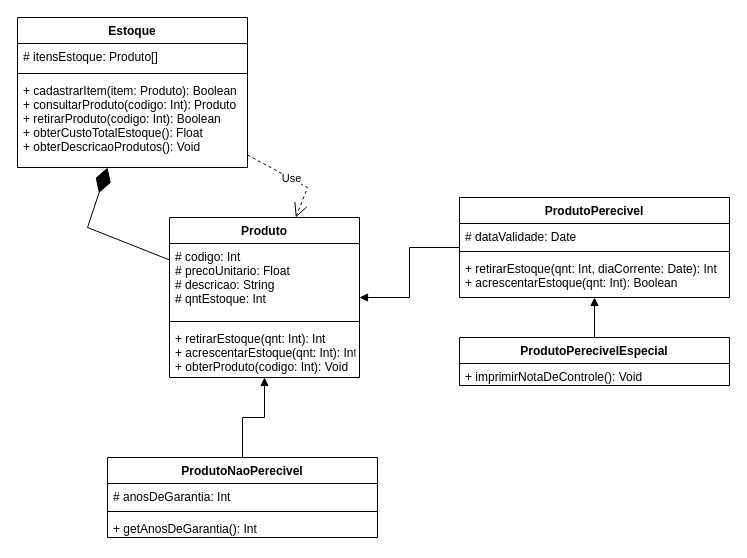
Above: Lista_2/Ex4/Ex4.drawio in Ryrden/ICMC-SCC0504 (draw.io), before the change. Source tidied: cells renumbered, new cells numbered last; positions are measured from the earlier drawing's top-left corner, leaving out a move shared by most shapes. Both pictures are drawn from the tidied source at 100%, with x=0, y=0 at pixel (17, 17).
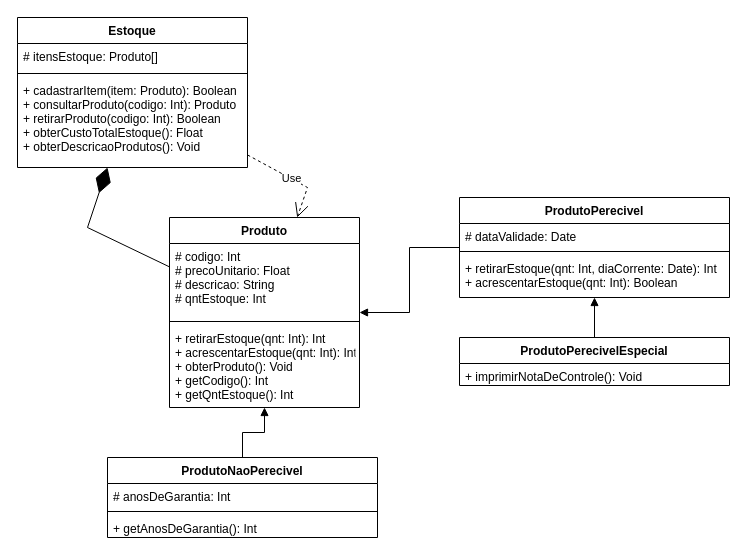
After the change.

Commit message:
mudança na estruturação UML

Diff of the diagram source:
```diff
@@
     <mxCell id="2" value="Produto" style="swimlane;fontStyle=1;align=center;verticalAlign=top;horizontal=1;startSize=26;" parent="1" vertex="1">
-      <mxGeometry x="152" y="200" width="190" height="160" as="geometry" />
+      <mxGeometry x="152" y="200" width="190" height="190" as="geometry" />
     </mxCell>
@@
-    <mxCell id="5" value="+ retirarEstoque(qnt: Int): Int&#10;+ acrescentarEstoque(qnt: Int): Int&#10;+ obterProduto(codigo: Int): Void" style="text;strokeColor=none;fillColor=none;align=left;verticalAlign=top;spacingLeft=4;spacingRight=4;overflow=hidden;" parent="2" vertex="1">
-      <mxGeometry y="108" width="190" height="52" as="geometry" />
+    <mxCell id="5" value="+ retirarEstoque(qnt: Int): Int&#10;+ acrescentarEstoque(qnt: Int): Int&#10;+ obterProduto(): Void&#10;+ getCodigo(): Int&#10;+ getQntEstoque(): Int" style="text;strokeColor=none;fillColor=none;align=left;verticalAlign=top;spacingLeft=4;spacingRight=4;overflow=hidden;" parent="2" vertex="1">
+      <mxGeometry y="108" width="190" height="82" as="geometry" />
     </mxCell>
```
